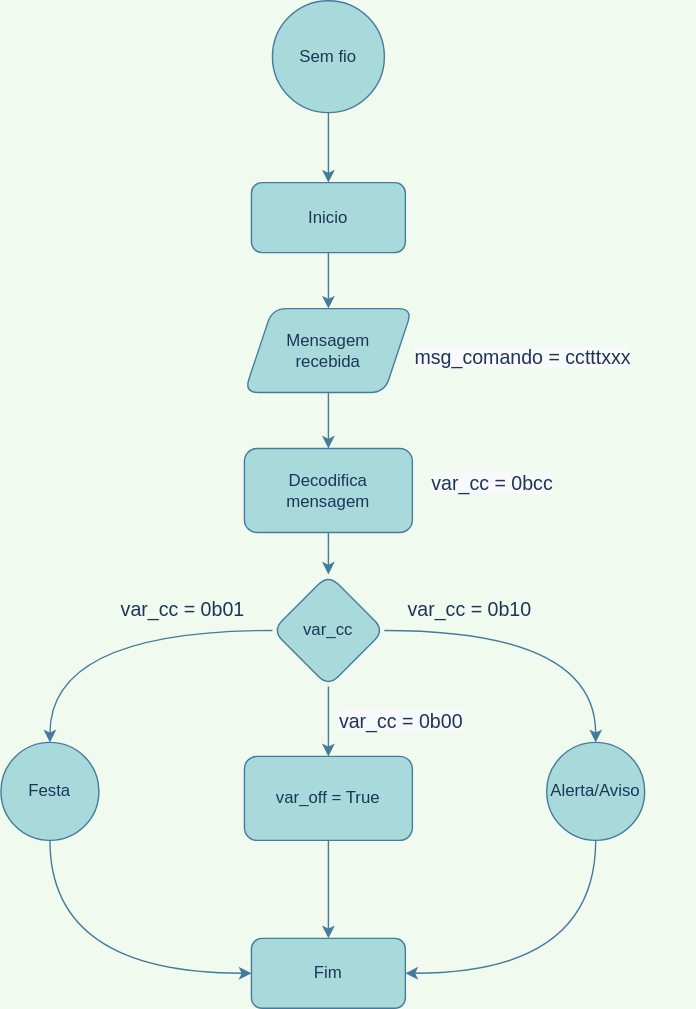
teaching-FEEC/ea075 keeps this draw.io diagram as 2022.2/smart_bangle/alg_sem_fio.drawio.svg. Above is the earlier version. Source tidied: cells renumbered, new cells last; positions are measured from the earlier drawing's top-left corner, leaving out a move shared by most shapes.
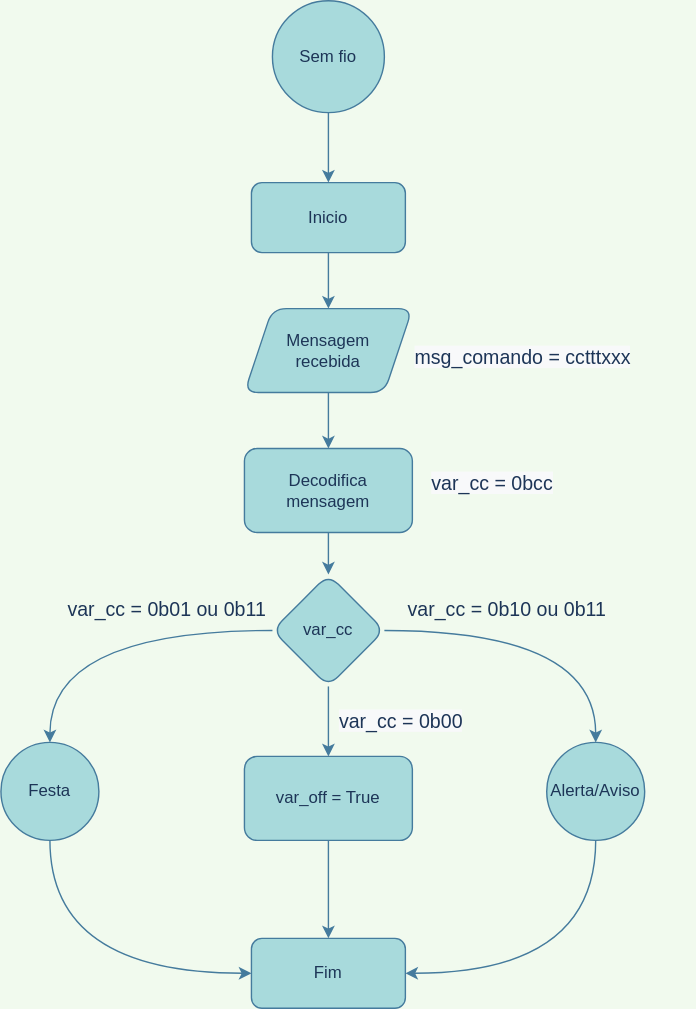
Later version of the same file.

The edit, as a diff of the source:
```diff
@@ -70,10 +70,10 @@
     <mxCell id="21" value="&lt;span style=&quot;color: rgb(29, 53, 87); font-family: Helvetica; font-size: 14px; font-style: normal; font-variant-ligatures: normal; font-variant-caps: normal; font-weight: 400; letter-spacing: normal; orphans: 2; text-align: center; text-indent: 0px; text-transform: none; widows: 2; word-spacing: 0px; -webkit-text-stroke-width: 0px; background-color: rgb(248, 249, 250); text-decoration-thickness: initial; text-decoration-style: initial; text-decoration-color: initial; float: none; display: inline !important;&quot;&gt;var_cc = 0b00&lt;br&gt;&lt;br&gt;&lt;/span&gt;" style="text;whiteSpace=wrap;html=1;fontColor=#1D3557;rounded=1;" parent="1" vertex="1">
       <mxGeometry x="240" y="500" width="190" height="40" as="geometry" />
     </mxCell>
-    <mxCell id="22" value="&lt;div style=&quot;text-align: center;&quot;&gt;&lt;span style=&quot;background-color: initial; font-size: 14px;&quot;&gt;var_cc = 0b01&lt;/span&gt;&lt;/div&gt;" style="text;whiteSpace=wrap;html=1;fontColor=#1D3557;rounded=1;" parent="1" vertex="1">
-      <mxGeometry x="84" y="420" width="110" height="30" as="geometry" />
+    <mxCell id="22" value="&lt;div style=&quot;text-align: center;&quot;&gt;&lt;span style=&quot;background-color: initial; font-size: 14px;&quot;&gt;var_cc = 0b01 ou 0b11&lt;/span&gt;&lt;/div&gt;" style="text;whiteSpace=wrap;html=1;fontColor=#1D3557;rounded=1;" parent="1" vertex="1">
+      <mxGeometry x="46" y="420" width="148" height="30" as="geometry" />
     </mxCell>
-    <mxCell id="23" value="&lt;div style=&quot;text-align: center;&quot;&gt;&lt;span style=&quot;background-color: initial; font-size: 14px;&quot;&gt;var_cc = 0b10&lt;/span&gt;&lt;/div&gt;" style="text;whiteSpace=wrap;html=1;fontColor=#1D3557;rounded=1;" parent="1" vertex="1">
+    <mxCell id="23" value="&lt;div style=&quot;text-align: center;&quot;&gt;&lt;span style=&quot;background-color: initial; font-size: 14px;&quot;&gt;var_cc = 0b10 ou 0b11&lt;/span&gt;&lt;/div&gt;" style="text;whiteSpace=wrap;html=1;fontColor=#1D3557;rounded=1;" parent="1" vertex="1">
       <mxGeometry x="289" y="420" width="190" height="40" as="geometry" />
     </mxCell>
     <mxCell id="24" style="edgeStyle=orthogonalEdgeStyle;curved=1;rounded=0;jettySize=auto;html=1;entryX=0.5;entryY=0;entryDx=0;entryDy=0;strokeColor=#457B9D;fontColor=#1D3557;fillColor=#A8DADC;" parent="1" edge="1" source="25" target="3">
```
